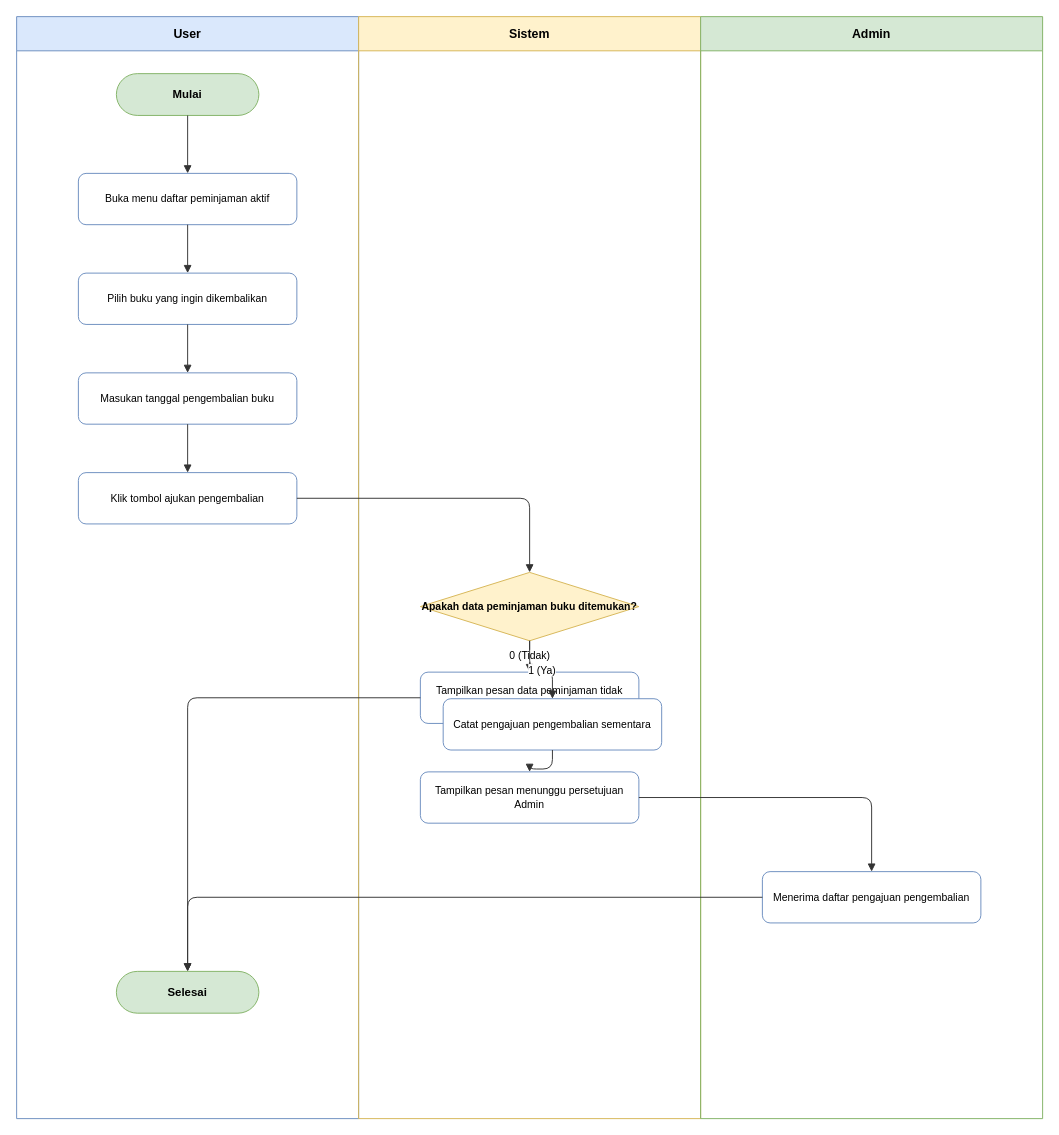
Above: docs/diagrams/activity/activity-pengembalian.drawio in dimstyle/ruang-baca (draw.io), before the change. Source tidied: cells renumbered, new cells numbered last; positions are measured from the earlier drawing's top-left corner, leaving out a move shared by most shapes. Both pictures are drawn from the tidied source at 95%, with x=0, y=0 at pixel (16, 16).
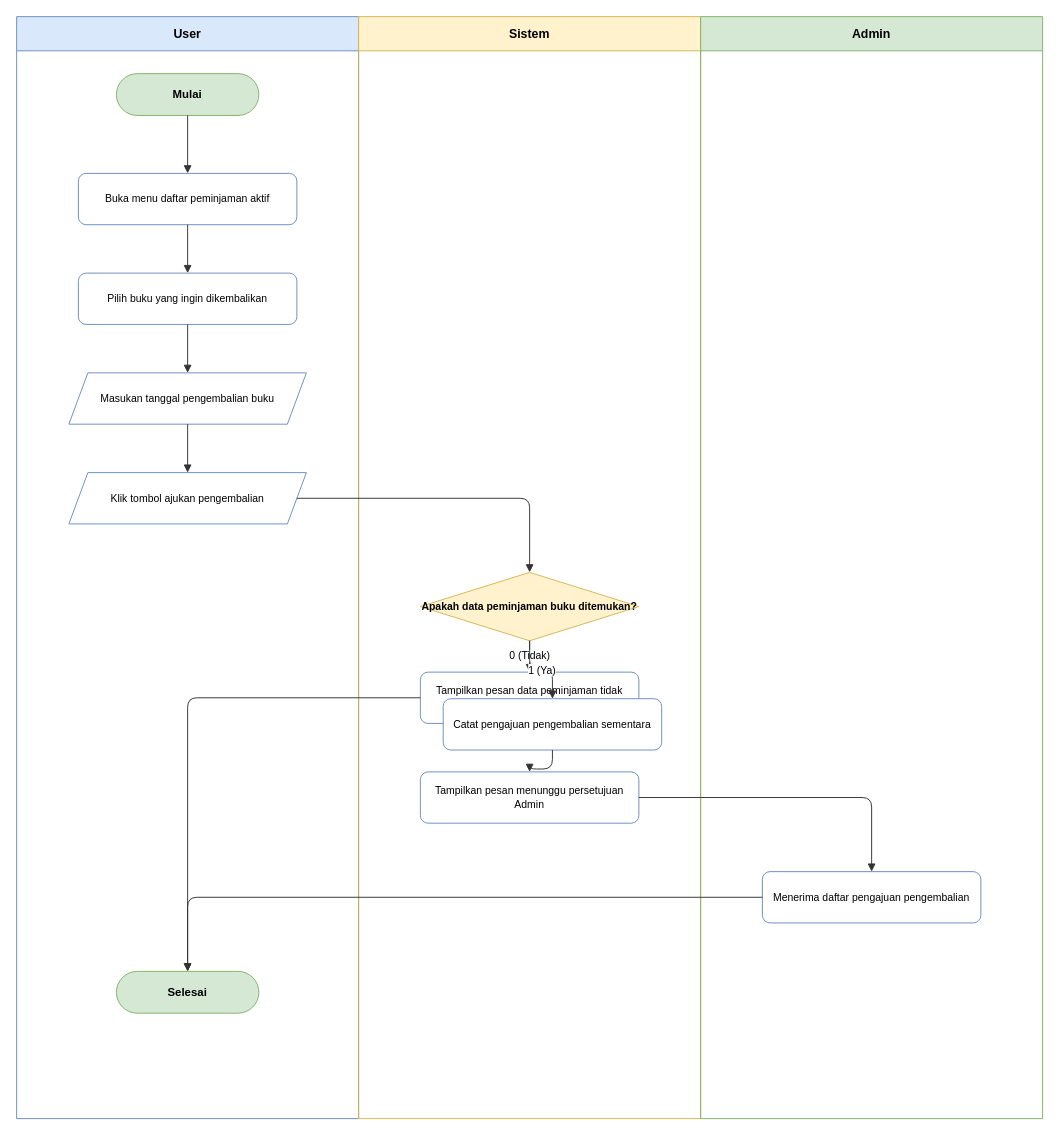
The same page after the edit.

Unchanged cells that the change refers to:
```xml
<mxCell id="2" value="User" style="swimlane;whiteSpace=wrap;html=1;startSize=36;fillColor=#dae8fc;strokeColor=#6c8ebf;fontStyle=1;fontSize=13;" parent="1" vertex="1">
  <mxGeometry width="360" height="1160" as="geometry" />
</mxCell>
```

Change to the diagram source:
```diff
@@
-    <mxCell id="8" value="Masukan tanggal pengembalian buku" style="rounded=1;whiteSpace=wrap;html=1;fillColor=#ffffff;strokeColor=#6c8ebf;fontSize=11;" parent="2" vertex="1">
-      <mxGeometry x="65" y="375" width="230" height="54" as="geometry" />
+    <mxCell id="8" value="Masukan tanggal pengembalian buku" style="shape=parallelogram;perimeter=parallelogramPerimeter;whiteSpace=wrap;html=1;fixedSize=1;fillColor=#ffffff;strokeColor=#6c8ebf;fontSize=11;" parent="2" vertex="1">
+      <mxGeometry x="55" y="375" width="250" height="54" as="geometry" />
     </mxCell>
-    <mxCell id="9" value="Klik tombol ajukan pengembalian" style="rounded=1;whiteSpace=wrap;html=1;fillColor=#ffffff;strokeColor=#6c8ebf;fontSize=11;" parent="2" vertex="1">
-      <mxGeometry x="65" y="480" width="230" height="54" as="geometry" />
+    <mxCell id="9" value="Klik tombol ajukan pengembalian" style="shape=parallelogram;perimeter=parallelogramPerimeter;whiteSpace=wrap;html=1;fixedSize=1;fillColor=#ffffff;strokeColor=#6c8ebf;fontSize=11;" parent="2" vertex="1">
+      <mxGeometry x="55" y="480" width="250" height="54" as="geometry" />
     </mxCell>
```
